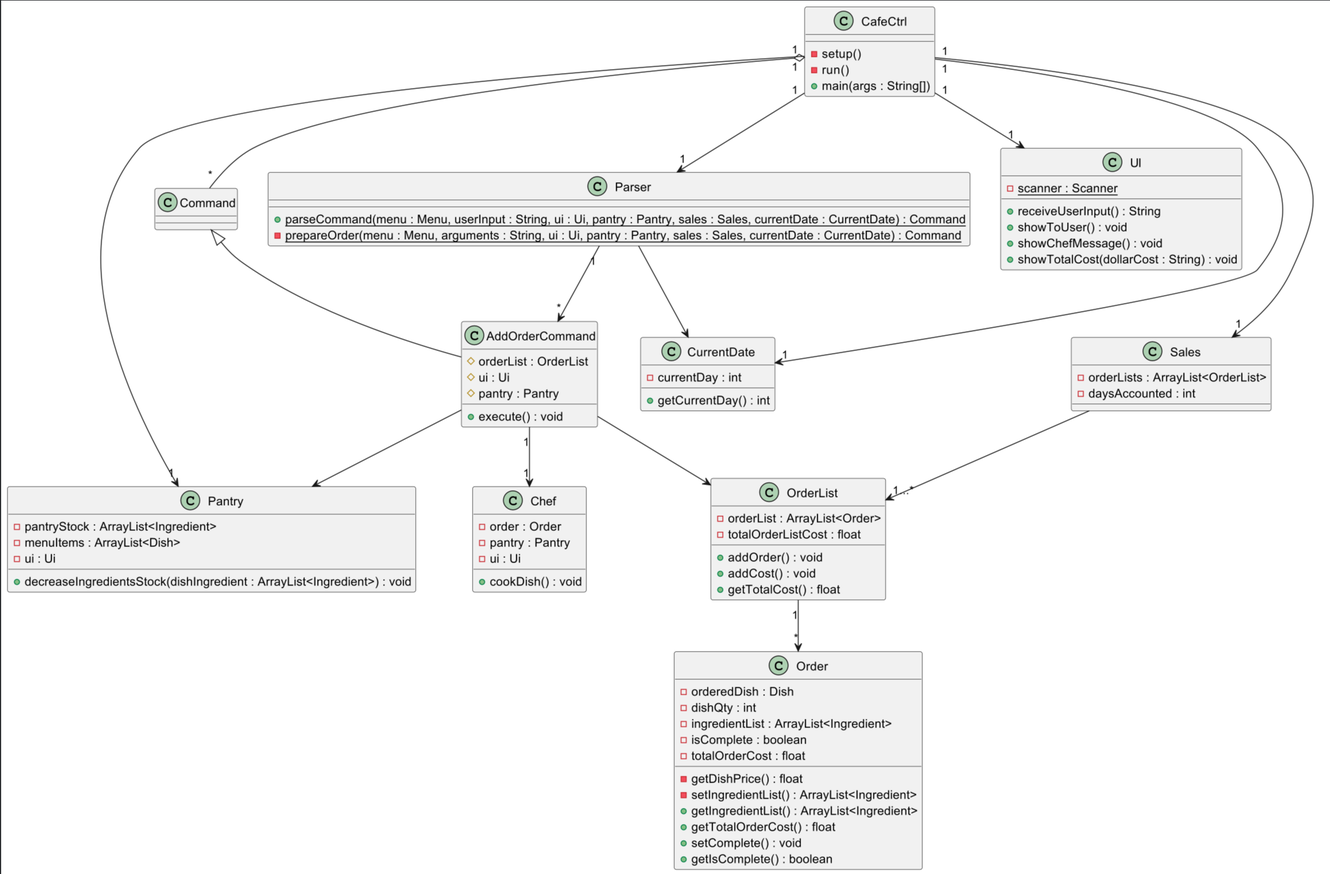
Earlier version of the PlantUML export docs/images/class/AddOrderCommandClass.png (nus-cs2113-AY2324S1/tp). Its source is kept beside it as docs/diagrams/class/AddOrderCommandClass.puml.
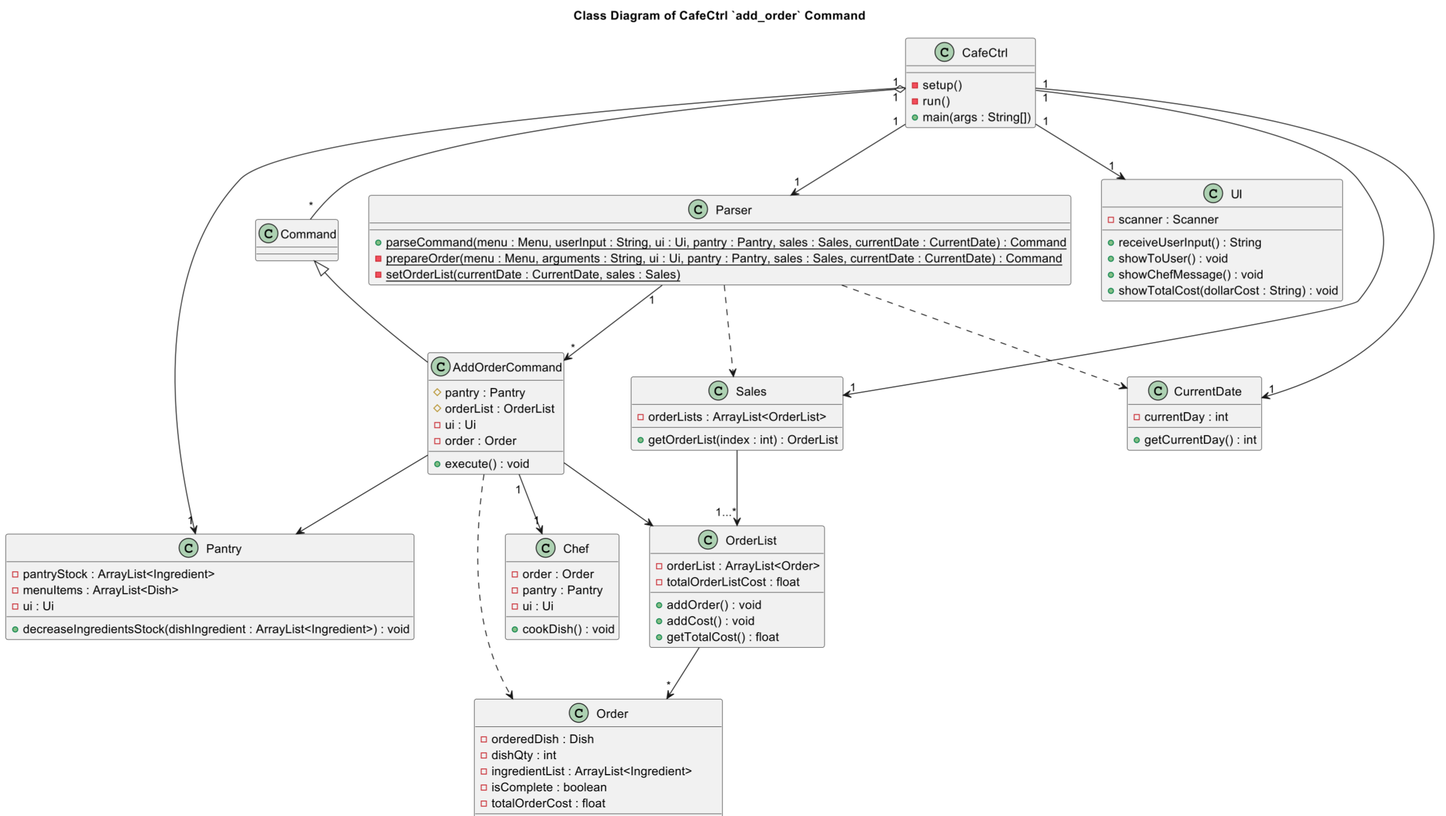
Above is the later version.

Diff of the diagram source:
```diff
@@ -1,4 +1,6 @@
 @startuml
+
+title Class Diagram of CafeCtrl `add_order` Command
 
 CafeCtrl "1" --> "1" UI
 CafeCtrl "1" --> "1" Parser
@@ -9,11 +11,13 @@
 
 Command <|- AddOrderCommand
 Parser "1" --> "*" AddOrderCommand
-Parser --> CurrentDate
+Parser ..> CurrentDate
+Parser ..> Sales
 AddOrderCommand --> OrderList
 AddOrderCommand "1" --> "1" Chef
 AddOrderCommand --> Pantry
-OrderList "1" --> "*" Order
+AddOrderCommand ..> Order
+OrderList --> "*" Order
 Sales --> "1...*" OrderList
 
 class CafeCtrl {
@@ -27,7 +31,7 @@
 }
 
 class UI {
-{static} - scanner : Scanner
+- scanner : Scanner
 + receiveUserInput() : String
 + showToUser() : void
 + showChefMessage() : void
@@ -35,15 +39,17 @@
 }
 
 class AddOrderCommand {
+# pantry : Pantry
 # orderList : OrderList
-# ui : Ui
-# pantry : Pantry
+- ui : Ui
+- order : Order
 + execute() : void
 }
 
 class Parser {
 {static} + parseCommand(menu : Menu, userInput : String, ui : Ui, pantry : Pantry, sales : Sales, currentDate : CurrentDate) : Command
 {static} - prepareOrder(menu : Menu, arguments : String, ui : Ui, pantry : Pantry, sales : Sales, currentDate : CurrentDate) : Command
+{static} - setOrderList(currentDate : CurrentDate, sales : Sales)
 }
 
 class OrderList {
@@ -84,7 +90,7 @@
 
 class Sales {
 - orderLists : ArrayList<OrderList>
-- daysAccounted : int
++ getOrderList(index : int) : OrderList
 }
 
 class CurrentDate {
```
